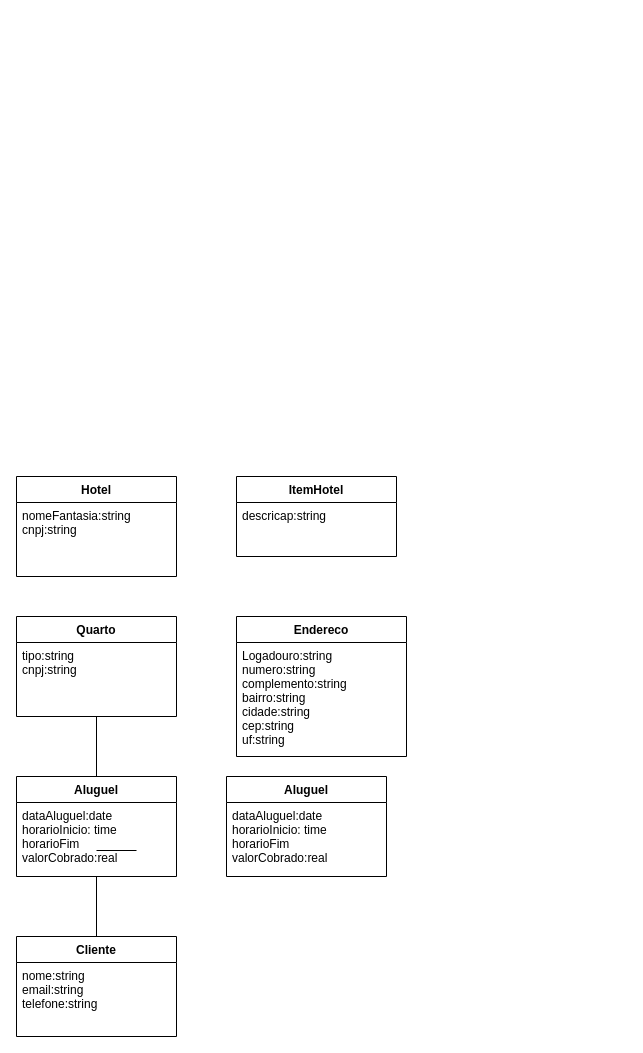
The draw.io diagram praticaClasse.drawio in PaulaSena/DiagramasFaculdade, before the edit. Source tidied: cells renumbered, new cells numbered last; positions are measured from the earlier drawing's top-left corner, leaving out a move shared by most shapes. Both pictures are drawn from the tidied source at 100%, with x=0, y=0 at pixel (16, 476).
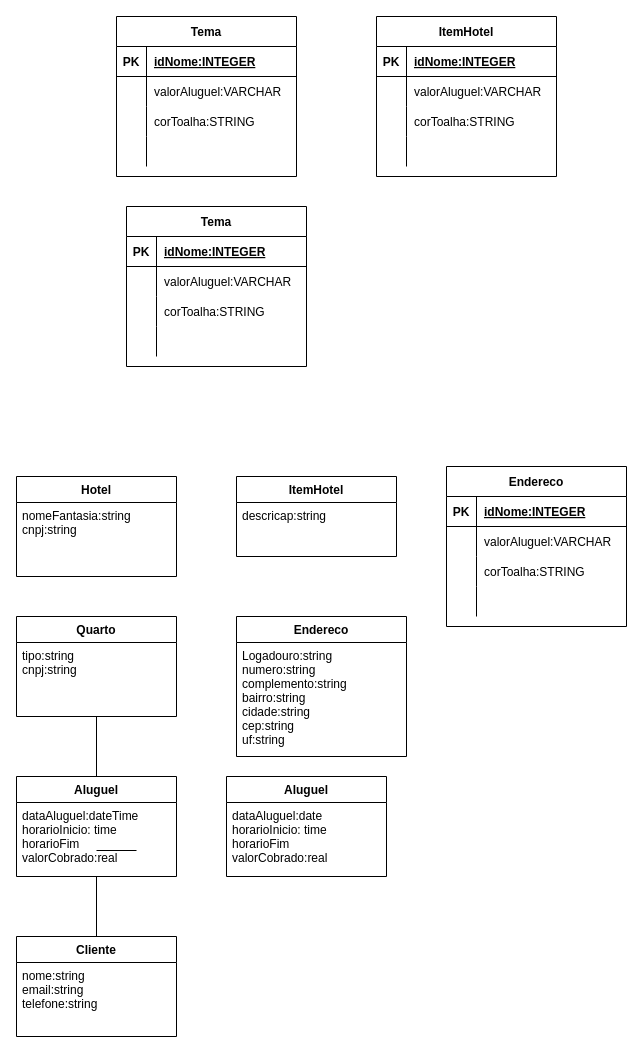
The same diagram, later.

Unchanged cells that the change refers to:
```xml
<mxCell id="6" value="Aluguel" style="swimlane;fontStyle=1;align=center;verticalAlign=top;horizontal=1;startSize=26;" parent="1" vertex="1">
  <mxGeometry y="300" width="160" height="100" as="geometry" />
</mxCell>
```

Diff of the diagram source:
```diff
@@
-    <mxCell id="7" value="dataAluguel:date&#10;horarioInicio: time&#10;horarioFim&#10;valorCobrado:real" style="text;strokeColor=none;fillColor=none;align=left;verticalAlign=top;spacingLeft=4;spacingRight=4;overflow=hidden;" parent="6" vertex="1">
+    <mxCell id="7" value="dataAluguel:dateTime&#10;horarioInicio: time&#10;horarioFim&#10;valorCobrado:real" style="text;strokeColor=none;fillColor=none;align=left;verticalAlign=top;spacingLeft=4;spacingRight=4;overflow=hidden;" parent="6" vertex="1">
       <mxGeometry y="26" width="160" height="74" as="geometry" />
     </mxCell>
@@
+    <mxCell id="19" value="Tema" style="shape=table;startSize=30;childLayout=tableLayout;rowLines=0;fontStyle=1;align=center;" parent="1" vertex="1">
+      <mxGeometry x="100" y="-460" width="180" height="160" as="geometry" />
+    </mxCell>
+    <mxCell id="20" style="shape=partialRectangle;fillColor=none;top=0;left=0;bottom=1;right=0;" parent="19" vertex="1">
+      <mxGeometry y="30" width="180" height="30" as="geometry" />
+    </mxCell>
+    <mxCell id="21" value="PK" style="shape=partialRectangle;fillColor=none;top=0;left=0;bottom=0;right=0;fontStyle=1;overflow=hidden;" parent="20" vertex="1">
+      <mxGeometry width="30" height="30" as="geometry" />
+    </mxCell>
+    <mxCell id="22" value="idNome:INTEGER" style="shape=partialRectangle;fillColor=none;top=0;left=0;bottom=0;right=0;align=left;spacingLeft=6;fontStyle=5;overflow=hidden;" parent="20" vertex="1">
+      <mxGeometry x="30" width="150" height="30" as="geometry" />
+    </mxCell>
+    <mxCell id="23" style="shape=partialRectangle;fillColor=none;top=0;left=0;bottom=0;right=0;" parent="19" vertex="1">
+      <mxGeometry y="60" width="180" height="30" as="geometry" />
+    </mxCell>
+    <mxCell id="24" style="shape=partialRectangle;fillColor=none;top=0;left=0;bottom=0;right=0;overflow=hidden;" parent="23" vertex="1">
+      <mxGeometry width="30" height="30" as="geometry" />
+    </mxCell>
+    <mxCell id="25" value="valorAluguel:VARCHAR" style="shape=partialRectangle;fillColor=none;top=0;left=0;bottom=0;right=0;align=left;spacingLeft=6;overflow=hidden;" parent="23" vertex="1">
+      <mxGeometry x="30" width="150" height="30" as="geometry" />
+    </mxCell>
+    <mxCell id="26" style="shape=partialRectangle;fillColor=none;top=0;left=0;bottom=0;right=0;" parent="19" vertex="1">
+      <mxGeometry y="90" width="180" height="30" as="geometry" />
+    </mxCell>
+    <mxCell id="27" style="shape=partialRectangle;fillColor=none;top=0;left=0;bottom=0;right=0;overflow=hidden;" parent="26" vertex="1">
+      <mxGeometry width="30" height="30" as="geometry" />
+    </mxCell>
+    <mxCell id="28" value="corToalha:STRING" style="shape=partialRectangle;fillColor=none;top=0;left=0;bottom=0;right=0;align=left;spacingLeft=6;overflow=hidden;" parent="26" vertex="1">
+      <mxGeometry x="30" width="150" height="30" as="geometry" />
+    </mxCell>
+    <mxCell id="29" style="shape=partialRectangle;fillColor=none;top=0;left=0;bottom=0;right=0;" parent="19" vertex="1">
+      <mxGeometry y="120" width="180" height="30" as="geometry" />
+    </mxCell>
+    <mxCell id="30" style="shape=partialRectangle;fillColor=none;top=0;left=0;bottom=0;right=0;overflow=hidden;" parent="29" vertex="1">
+      <mxGeometry width="30" height="30" as="geometry" />
+    </mxCell>
+    <mxCell id="31" style="shape=partialRectangle;fillColor=none;top=0;left=0;bottom=0;right=0;align=left;spacingLeft=6;overflow=hidden;" parent="29" vertex="1">
+      <mxGeometry x="30" width="150" height="30" as="geometry" />
+    </mxCell>
+    <mxCell id="32" value="ItemHotel" style="shape=table;startSize=30;childLayout=tableLayout;rowLines=0;fontStyle=1;align=center;" parent="1" vertex="1">
+      <mxGeometry x="360" y="-460" width="180" height="160" as="geometry" />
+    </mxCell>
+    <mxCell id="33" style="shape=partialRectangle;fillColor=none;top=0;left=0;bottom=1;right=0;" parent="32" vertex="1">
+      <mxGeometry y="30" width="180" height="30" as="geometry" />
+    </mxCell>
+    <mxCell id="34" value="PK" style="shape=partialRectangle;fillColor=none;top=0;left=0;bottom=0;right=0;fontStyle=1;overflow=hidden;" parent="33" vertex="1">
+      <mxGeometry width="30" height="30" as="geometry" />
+    </mxCell>
+    <mxCell id="35" value="idNome:INTEGER" style="shape=partialRectangle;fillColor=none;top=0;left=0;bottom=0;right=0;align=left;spacingLeft=6;fontStyle=5;overflow=hidden;" parent="33" vertex="1">
+      <mxGeometry x="30" width="150" height="30" as="geometry" />
+    </mxCell>
+    <mxCell id="36" style="shape=partialRectangle;fillColor=none;top=0;left=0;bottom=0;right=0;" parent="32" vertex="1">
+      <mxGeometry y="60" width="180" height="30" as="geometry" />
+    </mxCell>
+    <mxCell id="37" style="shape=partialRectangle;fillColor=none;top=0;left=0;bottom=0;right=0;overflow=hidden;" parent="36" vertex="1">
+      <mxGeometry width="30" height="30" as="geometry" />
+    </mxCell>
+    <mxCell id="38" value="valorAluguel:VARCHAR" style="shape=partialRectangle;fillColor=none;top=0;left=0;bottom=0;right=0;align=left;spacingLeft=6;overflow=hidden;" parent="36" vertex="1">
+      <mxGeometry x="30" width="150" height="30" as="geometry" />
+    </mxCell>
+    <mxCell id="39" style="shape=partialRectangle;fillColor=none;top=0;left=0;bottom=0;right=0;" parent="32" vertex="1">
+      <mxGeometry y="90" width="180" height="30" as="geometry" />
+    </mxCell>
+    <mxCell id="40" style="shape=partialRectangle;fillColor=none;top=0;left=0;bottom=0;right=0;overflow=hidden;" parent="39" vertex="1">
+      <mxGeometry width="30" height="30" as="geometry" />
+    </mxCell>
+    <mxCell id="41" value="corToalha:STRING" style="shape=partialRectangle;fillColor=none;top=0;left=0;bottom=0;right=0;align=left;spacingLeft=6;overflow=hidden;" parent="39" vertex="1">
+      <mxGeometry x="30" width="150" height="30" as="geometry" />
+    </mxCell>
+    <mxCell id="42" style="shape=partialRectangle;fillColor=none;top=0;left=0;bottom=0;right=0;" parent="32" vertex="1">
+      <mxGeometry y="120" width="180" height="30" as="geometry" />
+    </mxCell>
+    <mxCell id="43" style="shape=partialRectangle;fillColor=none;top=0;left=0;bottom=0;right=0;overflow=hidden;" parent="42" vertex="1">
+      <mxGeometry width="30" height="30" as="geometry" />
+    </mxCell>
+    <mxCell id="44" style="shape=partialRectangle;fillColor=none;top=0;left=0;bottom=0;right=0;align=left;spacingLeft=6;overflow=hidden;" parent="42" vertex="1">
+      <mxGeometry x="30" width="150" height="30" as="geometry" />
+    </mxCell>
+    <mxCell id="45" value="Tema" style="shape=table;startSize=30;childLayout=tableLayout;rowLines=0;fontStyle=1;align=center;" parent="1" vertex="1">
+      <mxGeometry x="110" y="-270" width="180" height="160" as="geometry" />
+    </mxCell>
+    <mxCell id="46" style="shape=partialRectangle;fillColor=none;top=0;left=0;bottom=1;right=0;" parent="45" vertex="1">
+      <mxGeometry y="30" width="180" height="30" as="geometry" />
+    </mxCell>
+    <mxCell id="47" value="PK" style="shape=partialRectangle;fillColor=none;top=0;left=0;bottom=0;right=0;fontStyle=1;overflow=hidden;" parent="46" vertex="1">
+      <mxGeometry width="30" height="30" as="geometry" />
+    </mxCell>
+    <mxCell id="48" value="idNome:INTEGER" style="shape=partialRectangle;fillColor=none;top=0;left=0;bottom=0;right=0;align=left;spacingLeft=6;fontStyle=5;overflow=hidden;" parent="46" vertex="1">
+      <mxGeometry x="30" width="150" height="30" as="geometry" />
+    </mxCell>
+    <mxCell id="49" style="shape=partialRectangle;fillColor=none;top=0;left=0;bottom=0;right=0;" parent="45" vertex="1">
+      <mxGeometry y="60" width="180" height="30" as="geometry" />
+    </mxCell>
+    <mxCell id="50" style="shape=partialRectangle;fillColor=none;top=0;left=0;bottom=0;right=0;overflow=hidden;" parent="49" vertex="1">
+      <mxGeometry width="30" height="30" as="geometry" />
+    </mxCell>
+    <mxCell id="51" value="valorAluguel:VARCHAR" style="shape=partialRectangle;fillColor=none;top=0;left=0;bottom=0;right=0;align=left;spacingLeft=6;overflow=hidden;" parent="49" vertex="1">
+      <mxGeometry x="30" width="150" height="30" as="geometry" />
+    </mxCell>
+    <mxCell id="52" style="shape=partialRectangle;fillColor=none;top=0;left=0;bottom=0;right=0;" parent="45" vertex="1">
+      <mxGeometry y="90" width="180" height="30" as="geometry" />
+    </mxCell>
+    <mxCell id="53" style="shape=partialRectangle;fillColor=none;top=0;left=0;bottom=0;right=0;overflow=hidden;" parent="52" vertex="1">
+      <mxGeometry width="30" height="30" as="geometry" />
+    </mxCell>
+    <mxCell id="54" value="corToalha:STRING" style="shape=partialRectangle;fillColor=none;top=0;left=0;bottom=0;right=0;align=left;spacingLeft=6;overflow=hidden;" parent="52" vertex="1">
+      <mxGeometry x="30" width="150" height="30" as="geometry" />
+    </mxCell>
+    <mxCell id="55" style="shape=partialRectangle;fillColor=none;top=0;left=0;bottom=0;right=0;" parent="45" vertex="1">
+      <mxGeometry y="120" width="180" height="30" as="geometry" />
+    </mxCell>
+    <mxCell id="56" style="shape=partialRectangle;fillColor=none;top=0;left=0;bottom=0;right=0;overflow=hidden;" parent="55" vertex="1">
+      <mxGeometry width="30" height="30" as="geometry" />
+    </mxCell>
+    <mxCell id="57" style="shape=partialRectangle;fillColor=none;top=0;left=0;bottom=0;right=0;align=left;spacingLeft=6;overflow=hidden;" parent="55" vertex="1">
+      <mxGeometry x="30" width="150" height="30" as="geometry" />
+    </mxCell>
+    <mxCell id="58" value="Endereco" style="shape=table;startSize=30;childLayout=tableLayout;rowLines=0;fontStyle=1;align=center;" parent="1" vertex="1">
+      <mxGeometry x="430" y="-10" width="180" height="160" as="geometry" />
+    </mxCell>
+    <mxCell id="59" style="shape=partialRectangle;fillColor=none;top=0;left=0;bottom=1;right=0;" parent="58" vertex="1">
+      <mxGeometry y="30" width="180" height="30" as="geometry" />
+    </mxCell>
+    <mxCell id="60" value="PK" style="shape=partialRectangle;fillColor=none;top=0;left=0;bottom=0;right=0;fontStyle=1;overflow=hidden;" parent="59" vertex="1">
+      <mxGeometry width="30" height="30" as="geometry" />
+    </mxCell>
+    <mxCell id="61" value="idNome:INTEGER" style="shape=partialRectangle;fillColor=none;top=0;left=0;bottom=0;right=0;align=left;spacingLeft=6;fontStyle=5;overflow=hidden;" parent="59" vertex="1">
+      <mxGeometry x="30" width="150" height="30" as="geometry" />
+    </mxCell>
+    <mxCell id="62" style="shape=partialRectangle;fillColor=none;top=0;left=0;bottom=0;right=0;" parent="58" vertex="1">
+      <mxGeometry y="60" width="180" height="30" as="geometry" />
+    </mxCell>
+    <mxCell id="63" style="shape=partialRectangle;fillColor=none;top=0;left=0;bottom=0;right=0;overflow=hidden;" parent="62" vertex="1">
+      <mxGeometry width="30" height="30" as="geometry" />
+    </mxCell>
+    <mxCell id="64" value="valorAluguel:VARCHAR" style="shape=partialRectangle;fillColor=none;top=0;left=0;bottom=0;right=0;align=left;spacingLeft=6;overflow=hidden;" parent="62" vertex="1">
+      <mxGeometry x="30" width="150" height="30" as="geometry" />
+    </mxCell>
+    <mxCell id="65" style="shape=partialRectangle;fillColor=none;top=0;left=0;bottom=0;right=0;" parent="58" vertex="1">
+      <mxGeometry y="90" width="180" height="30" as="geometry" />
+    </mxCell>
+    <mxCell id="66" style="shape=partialRectangle;fillColor=none;top=0;left=0;bottom=0;right=0;overflow=hidden;" parent="65" vertex="1">
+      <mxGeometry width="30" height="30" as="geometry" />
+    </mxCell>
+    <mxCell id="67" value="corToalha:STRING" style="shape=partialRectangle;fillColor=none;top=0;left=0;bottom=0;right=0;align=left;spacingLeft=6;overflow=hidden;" parent="65" vertex="1">
+      <mxGeometry x="30" width="150" height="30" as="geometry" />
+    </mxCell>
+    <mxCell id="68" style="shape=partialRectangle;fillColor=none;top=0;left=0;bottom=0;right=0;" parent="58" vertex="1">
+      <mxGeometry y="120" width="180" height="30" as="geometry" />
+    </mxCell>
+    <mxCell id="69" style="shape=partialRectangle;fillColor=none;top=0;left=0;bottom=0;right=0;overflow=hidden;" parent="68" vertex="1">
+      <mxGeometry width="30" height="30" as="geometry" />
+    </mxCell>
+    <mxCell id="70" style="shape=partialRectangle;fillColor=none;top=0;left=0;bottom=0;right=0;align=left;spacingLeft=6;overflow=hidden;" parent="68" vertex="1">
+      <mxGeometry x="30" width="150" height="30" as="geometry" />
+    </mxCell>
```
